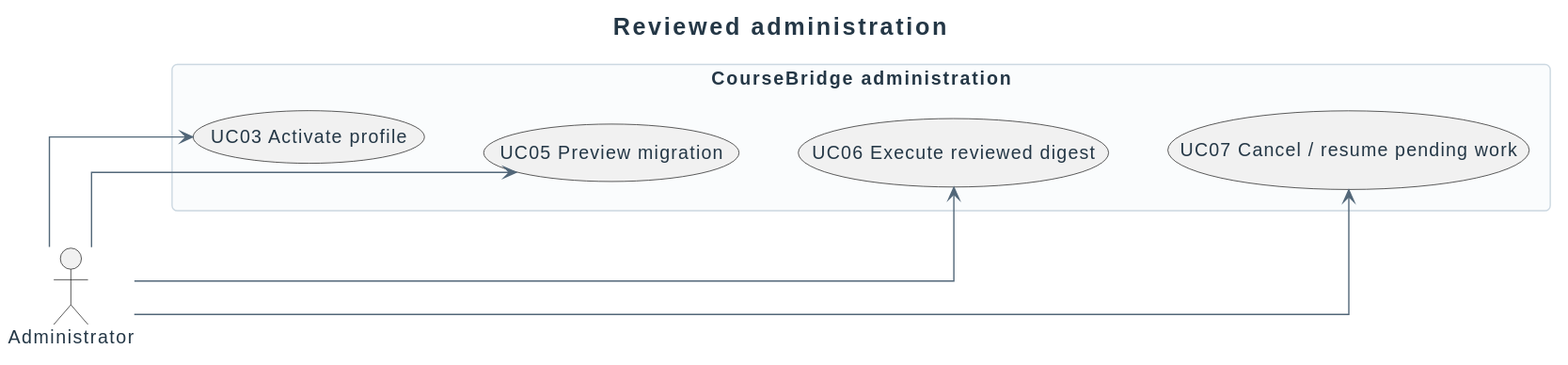
The PlantUML diagram docs/diagrams/requirements/migration-use-cases.svg in didactika/moodle-local_coursefiles, before a commit. Source of this version:
```plantuml
@startuml
!include ../_style.puml
title Reviewed administration
left to right direction
actor Administrator
rectangle "CourseBridge administration" {
  usecase "UC03 Activate profile" as Profile
  usecase "UC05 Preview migration" as Preview
  usecase "UC06 Execute reviewed digest" as Execute
  usecase "UC07 Cancel / resume pending work" as Resume
}
Administrator --> Profile
Administrator --> Preview
Administrator --> Execute
Administrator --> Resume
Profile -[hidden]down-> Preview
Preview -[hidden]down-> Execute
Execute -[hidden]down-> Resume
@enduml
```
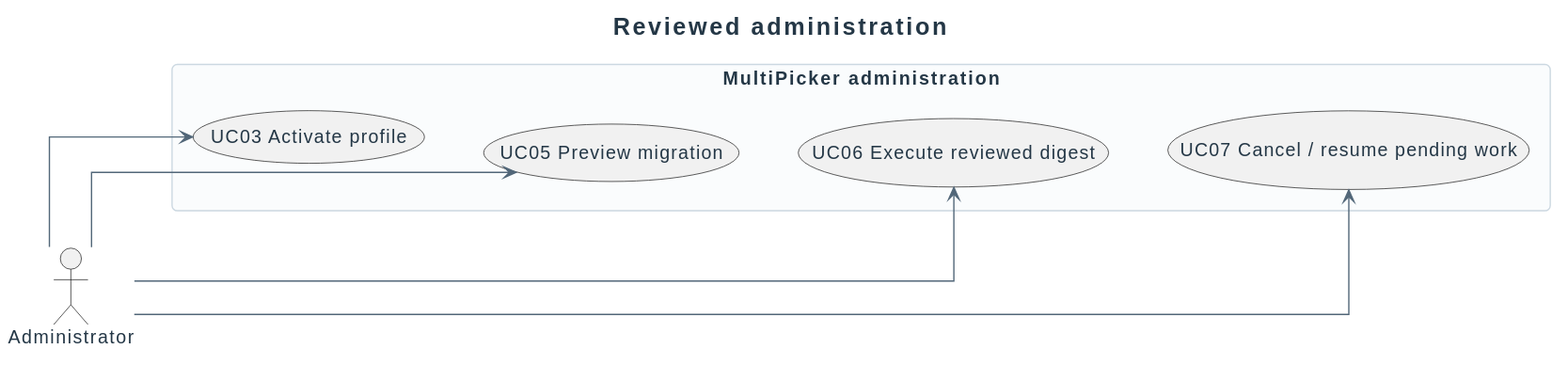
After the commit.

The edit, as a diff of the source:
```diff
@@ -3,7 +3,7 @@
 title Reviewed administration
 left to right direction
 actor Administrator
-rectangle "CourseBridge administration" {
+rectangle "MultiPicker administration" {
   usecase "UC03 Activate profile" as Profile
   usecase "UC05 Preview migration" as Preview
   usecase "UC06 Execute reviewed digest" as Execute
```
